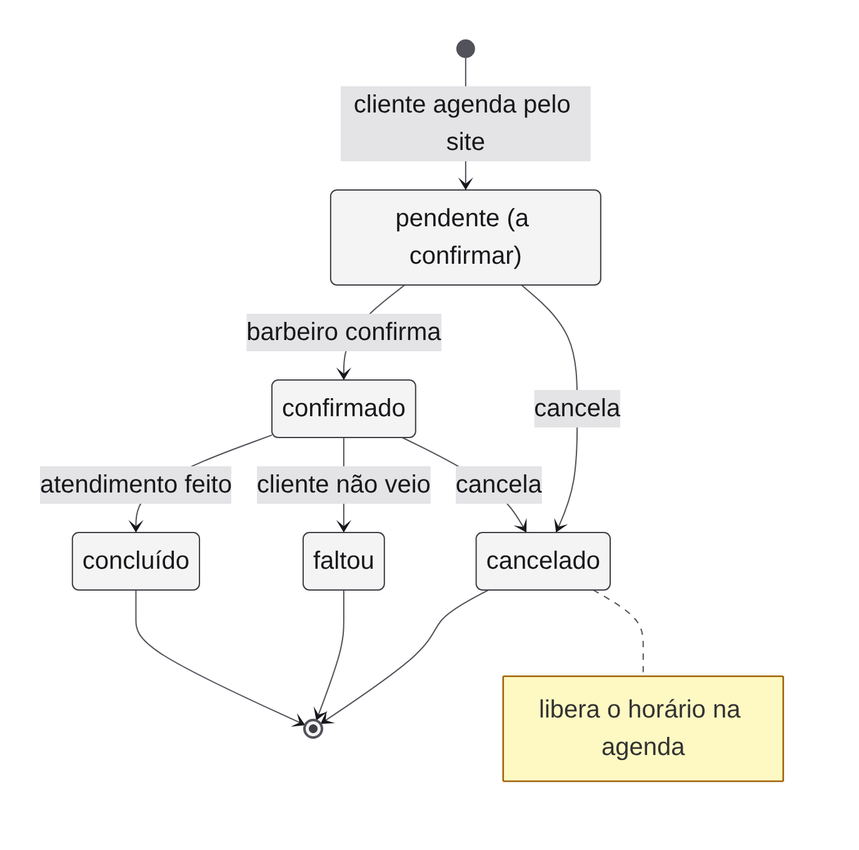
Above: docs/diagramas/08-estados.png in GustavoResendeDev/V2.AtividadeEscolar (Mermaid), before the change. Its source is kept beside it as docs/diagramas/fonte/08-estados.mmd.
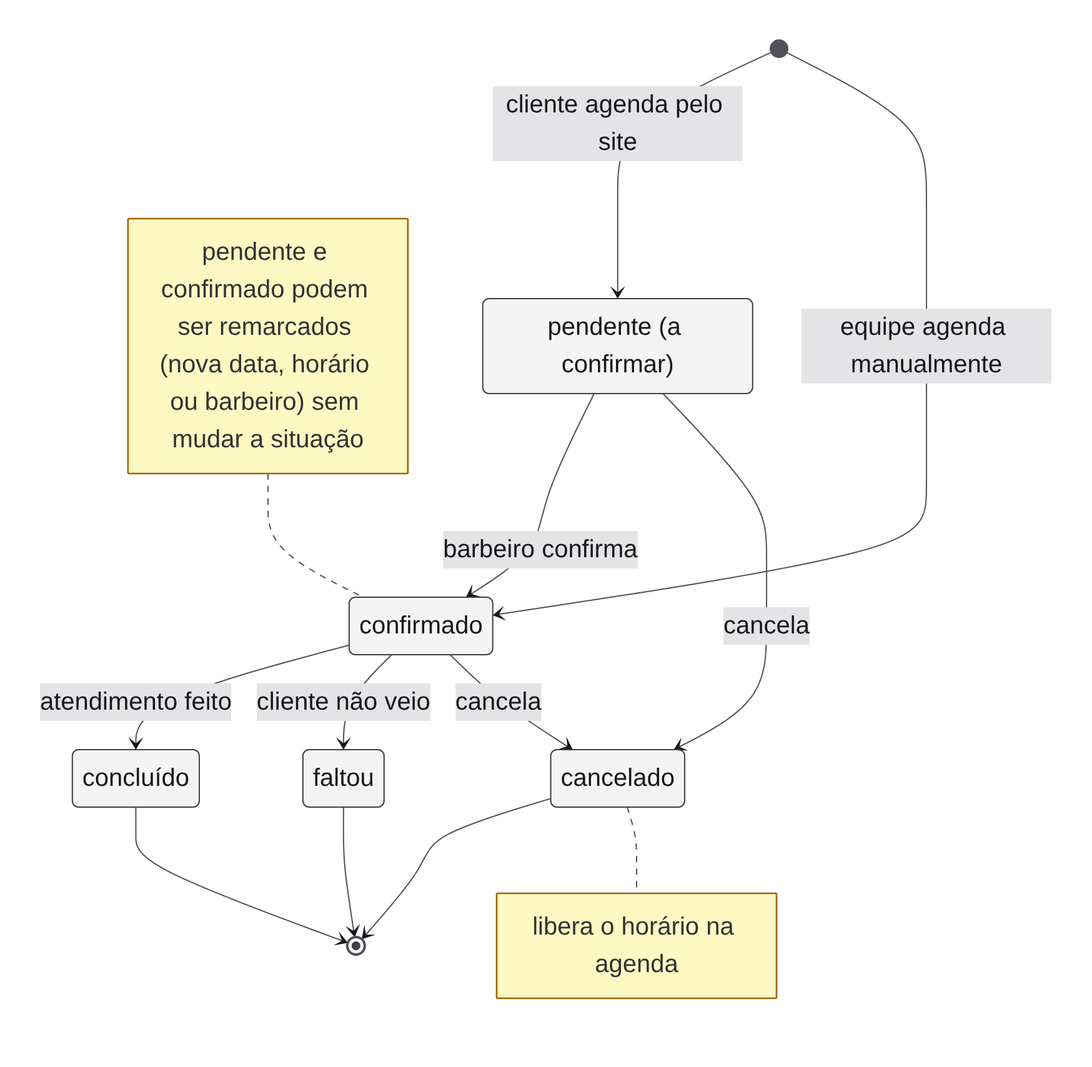
After the commit.

What changed in the source:
```diff
@@ -3,6 +3,7 @@
   state "concluído" as concluido
   state "pendente (a confirmar)" as pendente
   [*] --> pendente: cliente agenda pelo site
+  [*] --> confirmado: equipe agenda manualmente
   pendente --> confirmado: barbeiro confirma
   pendente --> cancelado: cancela
   confirmado --> concluido: atendimento feito
@@ -12,3 +13,4 @@
   faltou --> [*]
   cancelado --> [*]
   note right of cancelado: libera o horário na agenda
+  note left of confirmado: pendente e confirmado podem ser remarcados (nova data, horário ou barbeiro) sem mudar a situação
```
